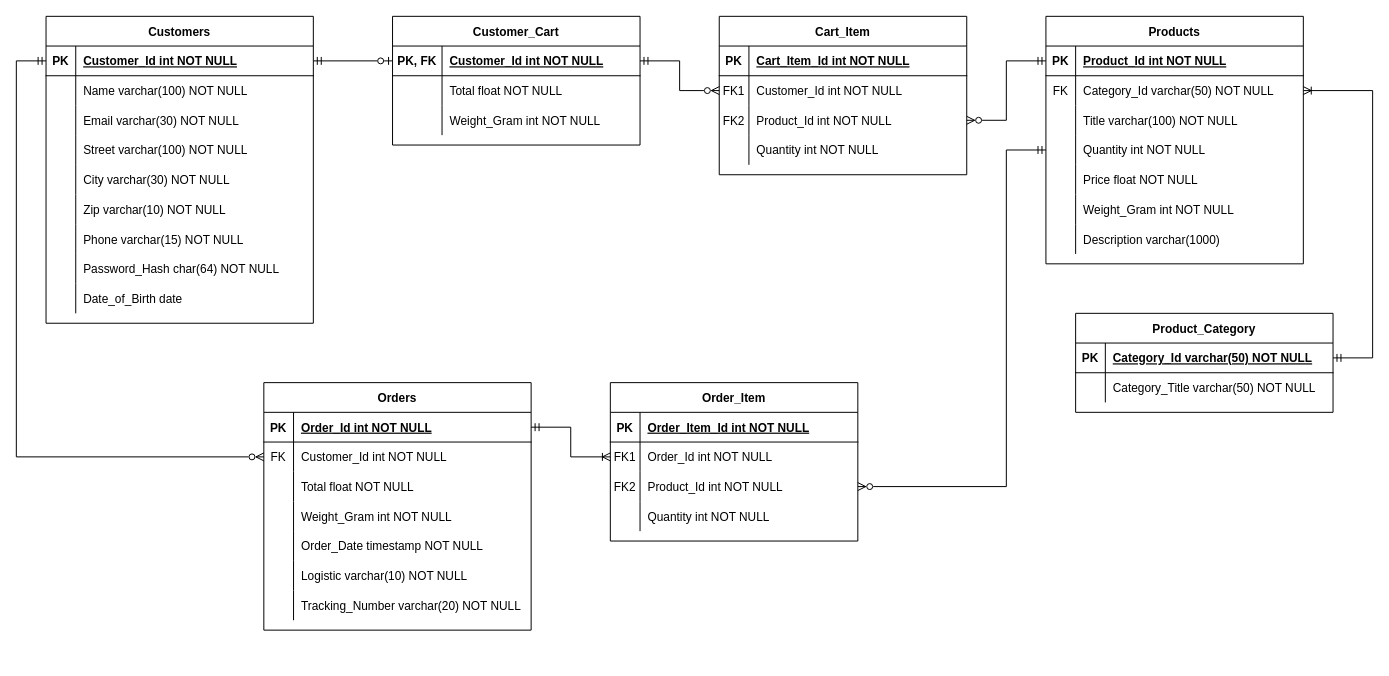
Earlier version of the draw.io diagram system-design/ER-Diagram.drawio (wahyubrr/shopping-api). Source tidied: cells renumbered, new cells numbered last; positions are measured from the earlier drawing's top-left corner, leaving out a move shared by most shapes. Both pictures are drawn from the tidied source at 99%, with x=0, y=0 at pixel (16, 16).
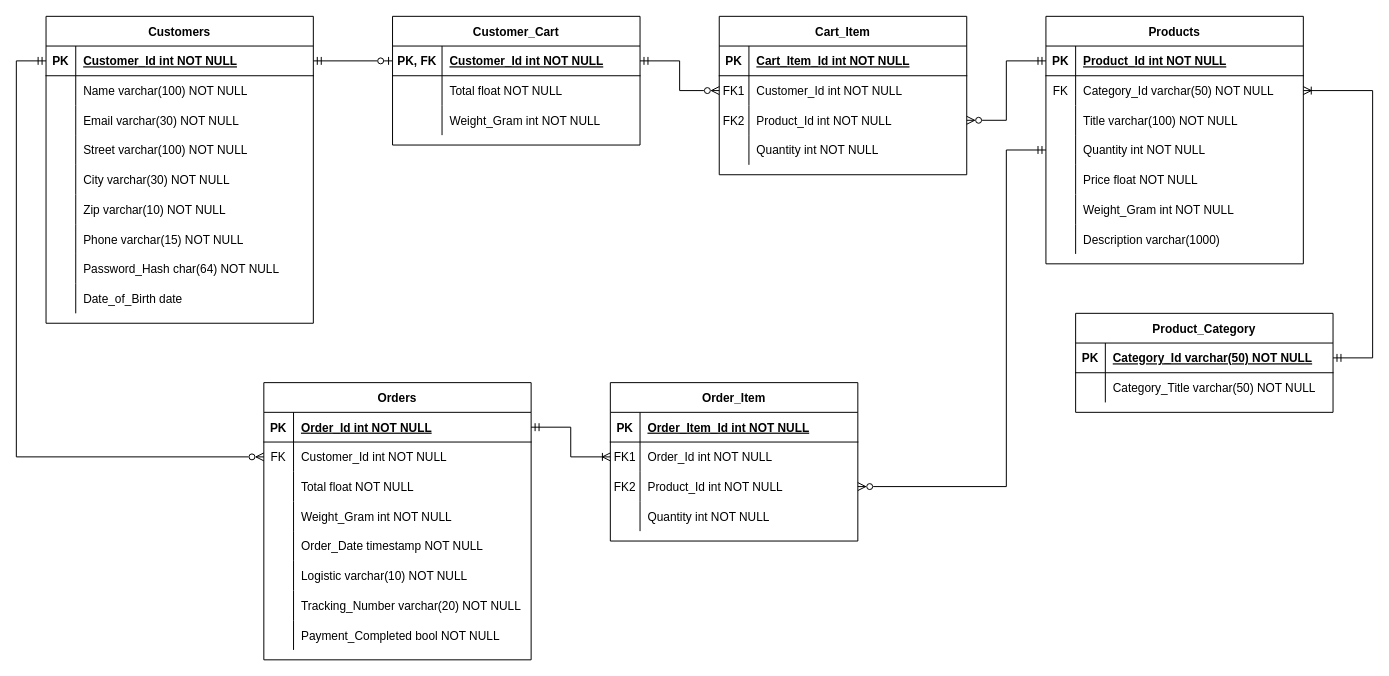
The same diagram, later.

Commit message (it also covers changes not shown here):
added Payment_Completed column in Orders Table, and modifying CheckoutModel to support it

Change to the diagram source:
```diff
@@
     <mxCell id="71" value="Orders" style="shape=table;startSize=30;childLayout=tableLayout;rowLines=0;fontStyle=1;align=center;" parent="1" vertex="1">
-      <mxGeometry x="250" y="370" width="270" height="250" as="geometry" />
+      <mxGeometry x="250" y="370" width="270" height="280" as="geometry" />
     </mxCell>
@@
+    <mxCell id="124" style="shape=partialRectangle;fillColor=none;top=0;left=0;right=0;bottom=0;" parent="71" vertex="1">
+      <mxGeometry y="240" width="270" height="30" as="geometry" />
+    </mxCell>
+    <mxCell id="125" style="shape=partialRectangle;overflow=hidden;fillColor=none;top=0;left=0;bottom=0;right=0;" parent="124" vertex="1">
+      <mxGeometry width="30" height="30" as="geometry" />
+    </mxCell>
+    <mxCell id="126" value="Payment_Completed bool NOT NULL" style="shape=partialRectangle;overflow=hidden;fillColor=none;top=0;left=0;bottom=0;right=0;align=left;spacingLeft=6;" parent="124" vertex="1">
+      <mxGeometry x="30" width="240" height="30" as="geometry" />
+    </mxCell>
```
